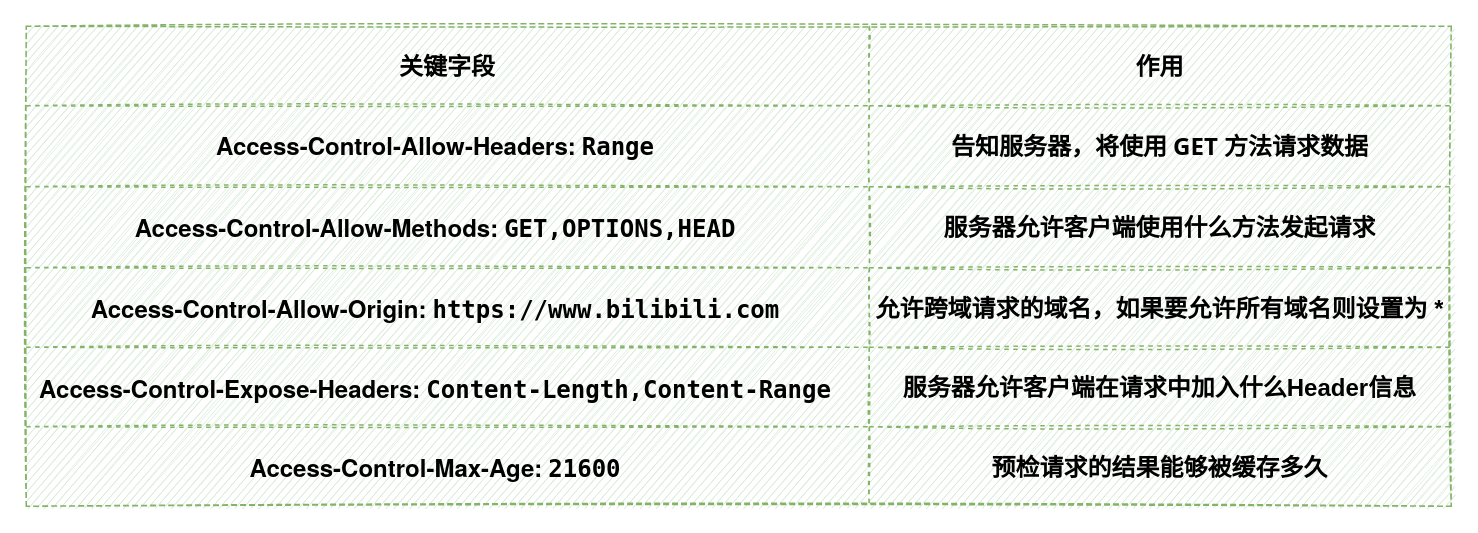
Earlier version of the draw.io diagram network/ options响应字段.drawio (xiaobaiTech/image). Source tidied: cells renumbered, new cells numbered last; positions are measured from the earlier drawing's top-left corner, leaving out a move shared by most shapes. Both pictures are drawn from the tidied source at 150%, with x=0, y=0 at pixel (26, 26).
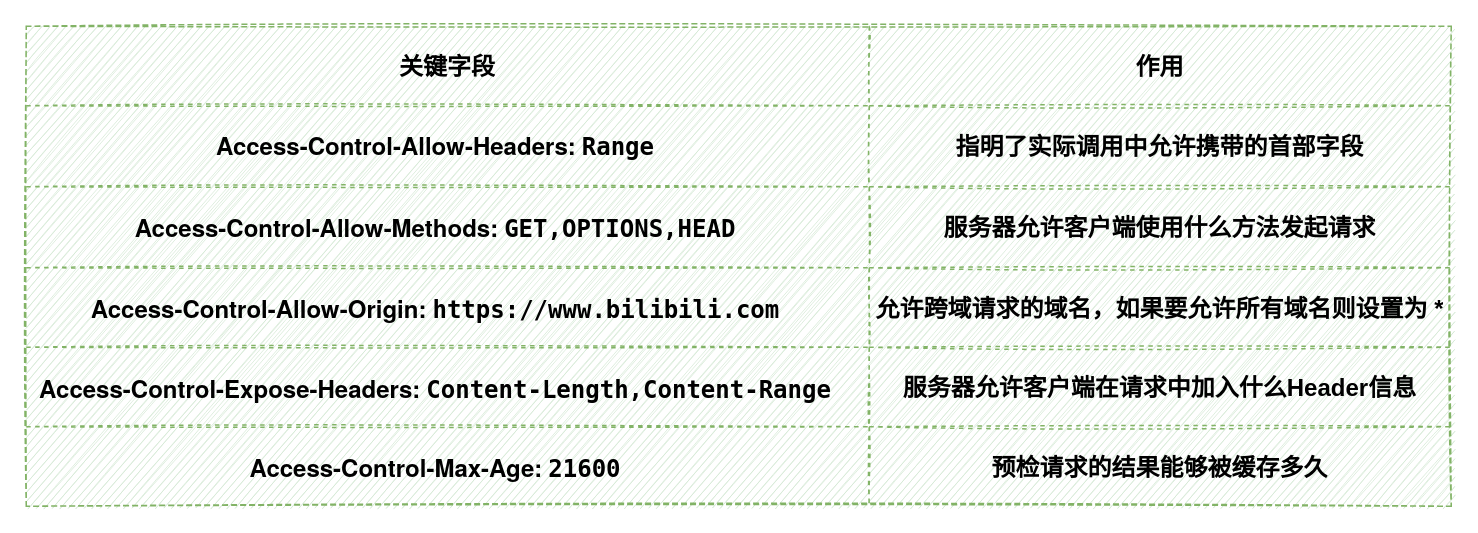
The same diagram, later.

The change refers to these unchanged cells:
```xml
<mxCell id="6" style="shape=partialRectangle;html=1;whiteSpace=wrap;fillColor=none;top=0;left=0;bottom=0;right=0;strokeColor=#788AA3;labelBackgroundColor=none;fontSize=16;sketch=1;fontStyle=1;" parent="2" vertex="1">
  <mxGeometry y="53" width="950" height="54" as="geometry" />
</mxCell>
```

The edit, as a diff of the source:
```diff
@@
-    <mxCell id="8" value="&lt;span style=&quot;font-family: &amp;quot;open sans&amp;quot;, &amp;quot;clear sans&amp;quot;, &amp;quot;helvetica neue&amp;quot;, helvetica, arial, sans-serif; font-size: 16px; text-align: left;&quot;&gt;告知服务器，将使用 GET 方法请求数据&lt;/span&gt;" style="shape=partialRectangle;html=1;whiteSpace=wrap;overflow=hidden;fillColor=none;top=0;left=0;bottom=0;right=0;strokeColor=#788AA3;labelBackgroundColor=none;fontSize=16;sketch=1;fontStyle=1;" parent="6" vertex="1">
+    <mxCell id="8" value="&lt;span style=&quot;font-family: &amp;#34;open sans&amp;#34; , &amp;#34;clear sans&amp;#34; , &amp;#34;helvetica neue&amp;#34; , &amp;#34;helvetica&amp;#34; , &amp;#34;arial&amp;#34; , sans-serif ; font-size: 16px ; text-align: left&quot;&gt;指明了实际调用中允许携带的首部字段&lt;/span&gt;" style="shape=partialRectangle;html=1;whiteSpace=wrap;overflow=hidden;fillColor=none;top=0;left=0;bottom=0;right=0;strokeColor=#788AA3;labelBackgroundColor=none;fontSize=16;sketch=1;fontStyle=1;" parent="6" vertex="1">
       <mxGeometry x="562" width="388" height="54" as="geometry" />
     </mxCell>
```
